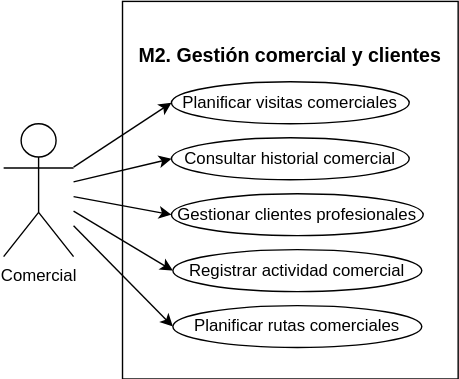
Earlier version of the draw.io export docs/docs/figures/UML/CasosDeUso/M2_CasosDeUso.svg (MadaoSurmanito/app-tfg). Source tidied: cells renumbered, new cells last; positions are measured from the earlier drawing's top-left corner, leaving out a move shared by most shapes. The source it was exported from:
```xml
<mxGraphModel>
  <root>
    <mxCell id="0" />
    <mxCell id="1" parent="0" />
    <mxCell id="2" value="&lt;h1&gt;&lt;font style=&quot;font-size: 14px;&quot;&gt;M2. Gestión comercial y clientes&lt;/font&gt;&lt;/h1&gt;" style="rounded=0;whiteSpace=wrap;html=1;verticalAlign=top;spacing=0;labelPosition=center;verticalLabelPosition=middle;align=center;" parent="1" vertex="1">
      <mxGeometry x="85" y="0.5" width="240" height="270" as="geometry" />
    </mxCell>
    <mxCell id="3" style="edgeStyle=none;html=1;entryX=0;entryY=0.5;entryDx=0;entryDy=0;" parent="1" edge="1" source="8" target="9">
      <mxGeometry relative="1" as="geometry" />
    </mxCell>
    <mxCell id="4" style="edgeStyle=none;html=1;entryX=0;entryY=0.5;entryDx=0;entryDy=0;" parent="1" edge="1" source="8" target="10">
      <mxGeometry relative="1" as="geometry" />
    </mxCell>
    <mxCell id="5" style="edgeStyle=none;html=1;entryX=0;entryY=0.5;entryDx=0;entryDy=0;" parent="1" edge="1" source="8" target="11">
      <mxGeometry relative="1" as="geometry" />
    </mxCell>
    <mxCell id="6" style="edgeStyle=none;html=1;entryX=0;entryY=0.5;entryDx=0;entryDy=0;" parent="1" edge="1" source="8" target="12">
      <mxGeometry relative="1" as="geometry" />
    </mxCell>
    <mxCell id="7" style="edgeStyle=none;html=1;entryX=0;entryY=0.5;entryDx=0;entryDy=0;" parent="1" edge="1" source="8" target="13">
      <mxGeometry relative="1" as="geometry" />
    </mxCell>
    <mxCell id="8" value="Comercial" style="shape=umlActor;verticalLabelPosition=bottom;verticalAlign=top;html=1;outlineConnect=0;" parent="1" vertex="1">
      <mxGeometry y="88" width="50" height="95" as="geometry" />
    </mxCell>
    <mxCell id="9" value="Planificar visitas comerciales" style="ellipse;whiteSpace=wrap;html=1;" parent="1" vertex="1">
      <mxGeometry x="120" y="58" width="170" height="30" as="geometry" />
    </mxCell>
    <mxCell id="10" value="Consultar historial comercial" style="ellipse;whiteSpace=wrap;html=1;" parent="1" vertex="1">
      <mxGeometry x="120" y="98" width="170" height="30" as="geometry" />
    </mxCell>
    <mxCell id="11" value="Gestionar clientes profesionales" style="ellipse;whiteSpace=wrap;html=1;" parent="1" vertex="1">
      <mxGeometry x="120" y="138" width="180" height="30" as="geometry" />
    </mxCell>
    <mxCell id="12" value="Registrar actividad comercial" style="ellipse;whiteSpace=wrap;html=1;" parent="1" vertex="1">
      <mxGeometry x="121" y="178" width="178" height="30" as="geometry" />
    </mxCell>
    <mxCell id="13" value="Planificar rutas comerciales" style="ellipse;whiteSpace=wrap;html=1;" parent="1" vertex="1">
      <mxGeometry x="121" y="218" width="178" height="30" as="geometry" />
    </mxCell>
  </root>
</mxGraphModel>
```
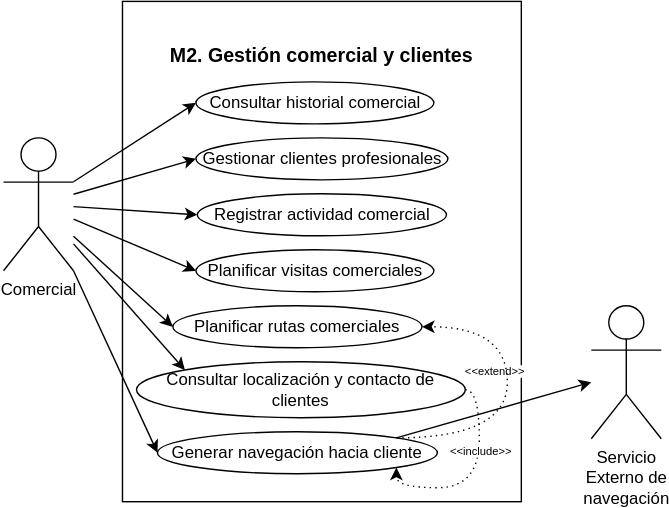
Above is the later version.

The edit, as a diff of the source:
```diff
@@ -3,7 +3,7 @@
     <mxCell id="0" />
     <mxCell id="1" parent="0" />
     <mxCell id="2" value="&lt;h1&gt;&lt;font style=&quot;font-size: 14px;&quot;&gt;M2. Gestión comercial y clientes&lt;/font&gt;&lt;/h1&gt;" style="rounded=0;whiteSpace=wrap;html=1;verticalAlign=top;spacing=0;labelPosition=center;verticalLabelPosition=middle;align=center;" parent="1" vertex="1">
-      <mxGeometry x="85" y="0.5" width="240" height="270" as="geometry" />
+      <mxGeometry x="85" y="0.5" width="285" height="357.5" as="geometry" />
     </mxCell>
     <mxCell id="3" style="edgeStyle=none;html=1;entryX=0;entryY=0.5;entryDx=0;entryDy=0;" parent="1" edge="1" source="8" target="9">
       <mxGeometry relative="1" as="geometry" />
@@ -21,22 +21,67 @@
       <mxGeometry relative="1" as="geometry" />
     </mxCell>
     <mxCell id="8" value="Comercial" style="shape=umlActor;verticalLabelPosition=bottom;verticalAlign=top;html=1;outlineConnect=0;" parent="1" vertex="1">
-      <mxGeometry y="88" width="50" height="95" as="geometry" />
+      <mxGeometry y="98" width="50" height="95" as="geometry" />
     </mxCell>
     <mxCell id="9" value="Planificar visitas comerciales" style="ellipse;whiteSpace=wrap;html=1;" parent="1" vertex="1">
-      <mxGeometry x="120" y="58" width="170" height="30" as="geometry" />
+      <mxGeometry x="137.5" y="178" width="170" height="30" as="geometry" />
     </mxCell>
     <mxCell id="10" value="Consultar historial comercial" style="ellipse;whiteSpace=wrap;html=1;" parent="1" vertex="1">
-      <mxGeometry x="120" y="98" width="170" height="30" as="geometry" />
+      <mxGeometry x="137.5" y="58" width="170" height="30" as="geometry" />
     </mxCell>
     <mxCell id="11" value="Gestionar clientes profesionales" style="ellipse;whiteSpace=wrap;html=1;" parent="1" vertex="1">
-      <mxGeometry x="120" y="138" width="180" height="30" as="geometry" />
+      <mxGeometry x="137.5" y="98" width="180" height="30" as="geometry" />
     </mxCell>
     <mxCell id="12" value="Registrar actividad comercial" style="ellipse;whiteSpace=wrap;html=1;" parent="1" vertex="1">
-      <mxGeometry x="121" y="178" width="178" height="30" as="geometry" />
+      <mxGeometry x="138.5" y="138" width="178" height="30" as="geometry" />
     </mxCell>
     <mxCell id="13" value="Planificar rutas comerciales" style="ellipse;whiteSpace=wrap;html=1;" parent="1" vertex="1">
       <mxGeometry x="121" y="218" width="178" height="30" as="geometry" />
     </mxCell>
+    <mxCell id="14" value="Servicio&lt;br&gt;Externo de&lt;br&gt;navegación" style="shape=umlActor;verticalLabelPosition=bottom;verticalAlign=top;html=1;outlineConnect=0;" parent="1" vertex="1">
+      <mxGeometry x="420" y="218" width="50" height="95" as="geometry" />
+    </mxCell>
+    <mxCell id="15" value="Consultar localización y contacto de clientes" style="ellipse;whiteSpace=wrap;html=1;" parent="1" vertex="1">
+      <mxGeometry x="95" y="258" width="235" height="40" as="geometry" />
+    </mxCell>
+    <mxCell id="16" value="Generar navegación hacia cliente" style="ellipse;whiteSpace=wrap;html=1;" parent="1" vertex="1">
+      <mxGeometry x="110" y="308" width="200" height="30" as="geometry" />
+    </mxCell>
+    <mxCell id="17" style="edgeStyle=none;html=1;entryX=0;entryY=0;entryDx=0;entryDy=0;" parent="1" edge="1" source="8" target="15">
+      <mxGeometry relative="1" as="geometry" />
+    </mxCell>
+    <mxCell id="18" style="edgeStyle=none;html=1;entryX=0;entryY=0.5;entryDx=0;entryDy=0;exitX=1;exitY=1;exitDx=0;exitDy=0;exitPerimeter=0;" parent="1" edge="1" source="8" target="16">
+      <mxGeometry relative="1" as="geometry" />
+    </mxCell>
+    <mxCell id="19" style="edgeStyle=none;html=1;exitX=1;exitY=0;exitDx=0;exitDy=0;" parent="1" edge="1" source="16" target="14">
+      <mxGeometry relative="1" as="geometry" />
+    </mxCell>
+    <mxCell id="20" style="endArrow=classic;dashed=1;html=1;dashPattern=1 3;strokeWidth=1;rounded=0;exitX=1;exitY=0.5;exitDx=0;exitDy=0;endFill=1;startSize=4;endSize=6;edgeStyle=orthogonalEdgeStyle;curved=1;entryX=1;entryY=1;entryDx=0;entryDy=0;" parent="1" edge="1" source="15" target="16">
+      <mxGeometry relative="1" as="geometry">
+        <Array as="points">
+          <mxPoint x="340" y="278" />
+          <mxPoint x="340" y="348" />
+          <mxPoint x="281" y="348" />
+        </Array>
+      </mxGeometry>
+    </mxCell>
+    <mxCell id="21" value="&amp;lt;&amp;lt;extend&amp;gt;&amp;gt;" style="edgeLabel;html=1;align=center;verticalAlign=middle;fontSize=8;" parent="20" vertex="1">
+      <mxGeometry x="-0.26" relative="1" as="geometry">
+        <mxPoint x="10" y="-61" as="offset" />
+      </mxGeometry>
+    </mxCell>
+    <mxCell id="22" style="endArrow=classic;dashed=1;html=1;dashPattern=1 3;strokeWidth=1;rounded=0;exitX=1;exitY=0;exitDx=0;exitDy=0;entryX=1;entryY=0.5;entryDx=0;entryDy=0;endFill=1;startSize=4;endSize=6;edgeStyle=orthogonalEdgeStyle;curved=1;" parent="1" edge="1" source="16" target="13">
+      <mxGeometry relative="1" as="geometry">
+        <Array as="points">
+          <mxPoint x="360" y="312" />
+          <mxPoint x="360" y="233" />
+        </Array>
+      </mxGeometry>
+    </mxCell>
+    <mxCell id="23" value="&amp;lt;&amp;lt;include&amp;gt;&amp;gt;" style="edgeLabel;html=1;align=center;verticalAlign=middle;fontSize=8;" parent="22" vertex="1">
+      <mxGeometry x="-0.26" relative="1" as="geometry">
+        <mxPoint x="-20" y="11" as="offset" />
+      </mxGeometry>
+    </mxCell>
   </root>
 </mxGraphModel>
```
